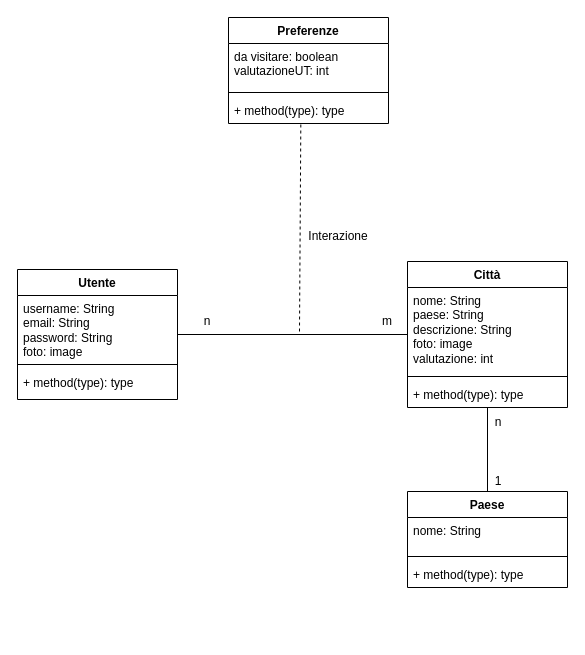
Earlier version of the draw.io diagram Untitled (1).drawio (antoniovalentino/vIAggiando-adm). Source tidied: cells renumbered, new cells numbered last; positions are measured from the earlier drawing's top-left corner, leaving out a move shared by most shapes. Both pictures are drawn from the tidied source at 100%, with x=0, y=0 at pixel (17, 17).
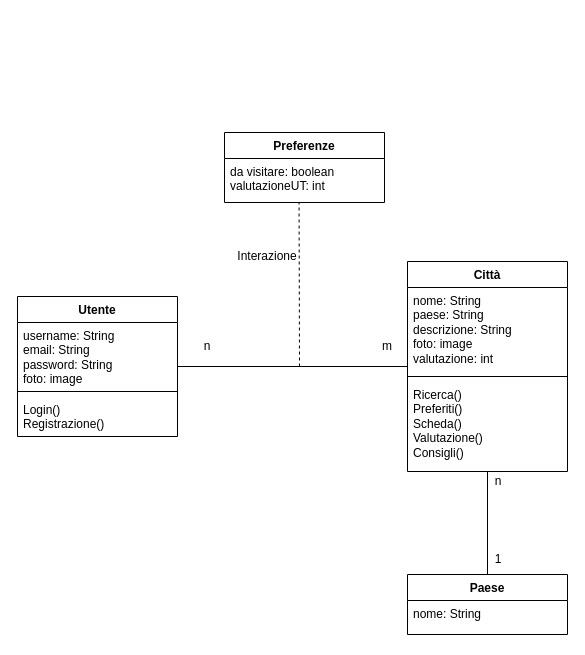
The same diagram, later.

Commit message (it also covers changes not shown here):
Data model2

Unchanged cells that the change refers to:
```xml
<mxCell id="16" value="da visitare: boolean&lt;br&gt;valutazioneUT: int&lt;br&gt;" style="text;strokeColor=none;fillColor=none;align=left;verticalAlign=top;spacingLeft=4;spacingRight=4;overflow=hidden;points=[[0,0.5],[1,0.5]];portConstraint=eastwest;whiteSpace=wrap;html=1;" parent="15" vertex="1">
  <mxGeometry y="26" width="160" height="44" as="geometry" />
</mxCell>
```

What changed in the source:
```diff
@@
     <mxCell id="3" value="Utente" style="swimlane;fontStyle=1;align=center;verticalAlign=top;horizontal=1;startSize=26;whiteSpace=wrap;html=1;" parent="1" vertex="1">
-      <mxGeometry y="252" width="160" height="130" as="geometry" />
+      <mxGeometry y="279" width="160" height="140" as="geometry" />
     </mxCell>
@@
-    <mxCell id="6" value="+ method(type): type" style="text;strokeColor=none;fillColor=none;align=left;verticalAlign=top;spacingLeft=4;spacingRight=4;overflow=hidden;whiteSpace=wrap;html=1;" parent="3" vertex="1">
-      <mxGeometry y="100" width="160" height="30" as="geometry" />
+    <mxCell id="6" value="Login()&lt;br&gt;Registrazione()" style="text;strokeColor=none;fillColor=none;align=left;verticalAlign=top;spacingLeft=4;spacingRight=4;overflow=hidden;whiteSpace=wrap;html=1;" parent="3" vertex="1">
+      <mxGeometry y="100" width="160" height="40" as="geometry" />
     </mxCell>
     <mxCell id="7" value="Città" style="swimlane;fontStyle=1;align=center;verticalAlign=top;horizontal=1;startSize=26;whiteSpace=wrap;html=1;" parent="1" vertex="1">
-      <mxGeometry x="390" y="244" width="160" height="146" as="geometry" />
+      <mxGeometry x="390" y="244" width="160" height="210" as="geometry" />
     </mxCell>
@@
-    <mxCell id="10" value="+ method(type): type" style="text;strokeColor=none;fillColor=none;align=left;verticalAlign=top;spacingLeft=4;spacingRight=4;overflow=hidden;points=[[0,0.5],[1,0.5]];portConstraint=eastwest;whiteSpace=wrap;html=1;" parent="7" vertex="1">
-      <mxGeometry y="120" width="160" height="26" as="geometry" />
+    <mxCell id="10" value="Ricerca()&lt;br&gt;Preferiti()&lt;br&gt;Scheda()&lt;br&gt;Valutazione()&lt;br&gt;Consigli()" style="text;strokeColor=none;fillColor=none;align=left;verticalAlign=top;spacingLeft=4;spacingRight=4;overflow=hidden;points=[[0,0.5],[1,0.5]];portConstraint=eastwest;whiteSpace=wrap;html=1;" parent="7" vertex="1">
+      <mxGeometry y="120" width="160" height="90" as="geometry" />
     </mxCell>
     <mxCell id="11" value="n" style="text;html=1;strokeColor=none;fillColor=none;align=center;verticalAlign=middle;whiteSpace=wrap;rounded=0;" parent="1" vertex="1">
-      <mxGeometry x="160" y="289" width="60" height="30" as="geometry" />
+      <mxGeometry x="160" y="314" width="60" height="30" as="geometry" />
     </mxCell>
     <mxCell id="12" value="m" style="text;html=1;strokeColor=none;fillColor=none;align=center;verticalAlign=middle;whiteSpace=wrap;rounded=0;" parent="1" vertex="1">
-      <mxGeometry x="340" y="289" width="60" height="30" as="geometry" />
+      <mxGeometry x="340" y="314" width="60" height="30" as="geometry" />
     </mxCell>
-    <mxCell id="13" style="endArrow=none;dashed=1;html=1;rounded=0;entryX=0.452;entryY=1.038;entryDx=0;entryDy=0;entryPerimeter=0;" parent="1" edge="1" target="18">
+    <mxCell id="13" style="endArrow=none;dashed=1;html=1;rounded=0;entryX=0.466;entryY=1;entryDx=0;entryDy=0;entryPerimeter=0;" parent="1" edge="1" target="16">
       <mxGeometry relative="1" as="geometry">
-        <mxPoint x="282" y="314" as="sourcePoint" />
+        <mxPoint x="282" y="349" as="sourcePoint" />
       </mxGeometry>
     </mxCell>
     <mxCell id="14" value="Interazione" style="text;html=1;strokeColor=none;fillColor=none;align=center;verticalAlign=middle;whiteSpace=wrap;rounded=0;" parent="1" vertex="1">
-      <mxGeometry x="291" y="204" width="60" height="30" as="geometry" />
+      <mxGeometry x="220" y="224" width="60" height="30" as="geometry" />
     </mxCell>
     <mxCell id="15" value="Preferenze" style="swimlane;fontStyle=1;align=center;verticalAlign=top;horizontal=1;startSize=26;whiteSpace=wrap;html=1;" parent="1" vertex="1">
-      <mxGeometry x="211" width="160" height="106" as="geometry" />
+      <mxGeometry x="207" y="115" width="160" height="70" as="geometry" />
     </mxCell>
@@
-    <mxCell id="17" style="line;strokeWidth=1;fillColor=none;align=left;verticalAlign=middle;spacingTop=-1;spacingLeft=3;spacingRight=3;labelPosition=right;strokeColor=inherit;" parent="15" vertex="1">
-      <mxGeometry y="70" width="160" height="10" as="geometry" />
-    </mxCell>
-    <mxCell id="18" value="+ method(type): type" style="text;strokeColor=none;fillColor=none;align=left;verticalAlign=top;spacingLeft=4;spacingRight=4;overflow=hidden;points=[[0,0.5],[1,0.5]];portConstraint=eastwest;whiteSpace=wrap;html=1;" parent="15" vertex="1">
-      <mxGeometry y="80" width="160" height="26" as="geometry" />
-    </mxCell>
     <mxCell id="19" value="Paese" style="swimlane;fontStyle=1;align=center;verticalAlign=top;horizontal=1;startSize=26;whiteSpace=wrap;html=1;" parent="1" vertex="1">
-      <mxGeometry x="390" y="474" width="160" height="96" as="geometry" />
+      <mxGeometry x="390" y="557" width="160" height="60" as="geometry" />
     </mxCell>
@@
-    <mxCell id="21" style="line;strokeWidth=1;fillColor=none;align=left;verticalAlign=middle;spacingTop=-1;spacingLeft=3;spacingRight=3;labelPosition=right;strokeColor=inherit;" parent="19" vertex="1">
-      <mxGeometry y="60" width="160" height="10" as="geometry" />
-    </mxCell>
-    <mxCell id="22" value="+ method(type): type" style="text;strokeColor=none;fillColor=none;align=left;verticalAlign=top;spacingLeft=4;spacingRight=4;overflow=hidden;whiteSpace=wrap;html=1;" parent="19" vertex="1">
-      <mxGeometry y="70" width="160" height="26" as="geometry" />
-    </mxCell>
@@
     <mxCell id="24" value="n" style="text;html=1;strokeColor=none;fillColor=none;align=center;verticalAlign=middle;whiteSpace=wrap;rounded=0;" parent="1" vertex="1">
-      <mxGeometry x="451" y="390" width="60" height="30" as="geometry" />
+      <mxGeometry x="451" y="449" width="60" height="30" as="geometry" />
     </mxCell>
     <mxCell id="25" value="1" style="text;html=1;strokeColor=none;fillColor=none;align=center;verticalAlign=middle;whiteSpace=wrap;rounded=0;" parent="1" vertex="1">
-      <mxGeometry x="451" y="449" width="60" height="30" as="geometry" />
+      <mxGeometry x="451" y="527" width="60" height="30" as="geometry" />
     </mxCell>
```
